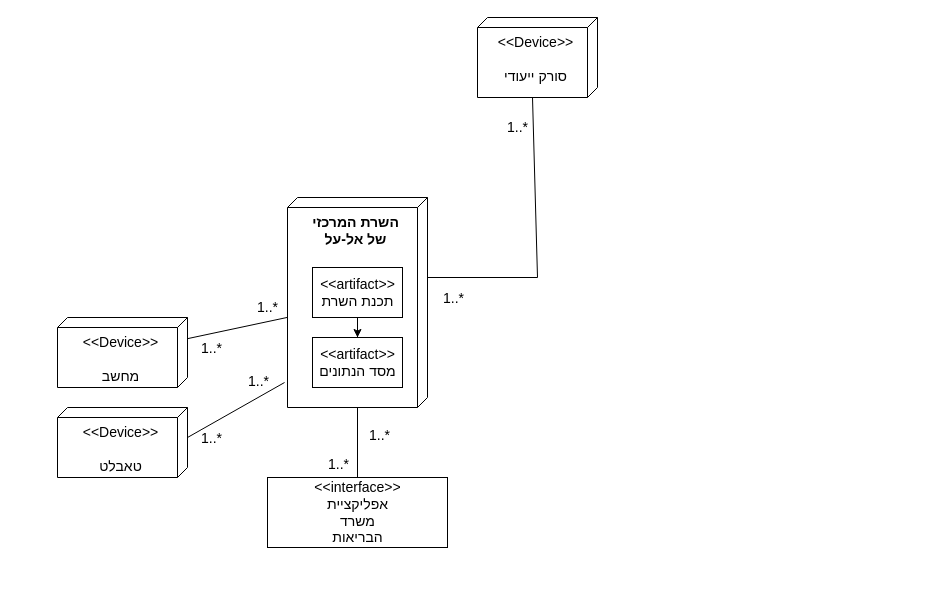
The draw.io diagram Untitled Diagram.drawio in Moaad-abe/Rafiki-App, before the edit. Source tidied: cells renumbered, new cells numbered last; positions are measured from the earlier drawing's top-left corner, leaving out a move shared by most shapes. Both pictures are drawn from the tidied source at 100%, with x=0, y=0 at pixel (57, 17).
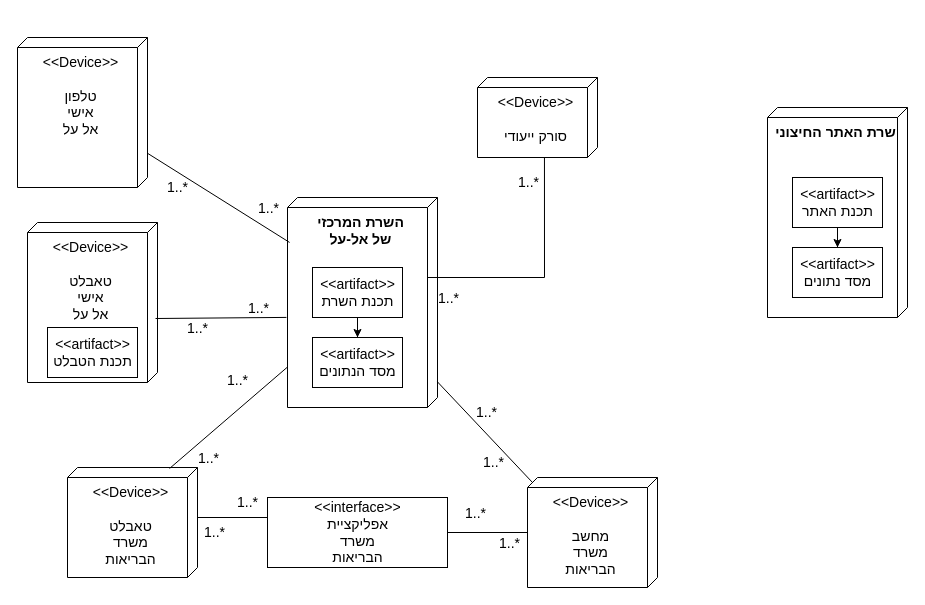
The same page after the edit.

What changed in the source:
```diff
@@
     <mxCell id="2" value="&lt;div align=&quot;center&quot;&gt;&lt;b&gt;&lt;font style=&quot;font-size: 14px&quot;&gt;השרת המרכזי&lt;/font&gt;&lt;/b&gt;&lt;/div&gt;&lt;div align=&quot;center&quot;&gt;&lt;b&gt;&lt;font style=&quot;font-size: 14px&quot;&gt; של אל-על&lt;/font&gt;&lt;/b&gt;&lt;/div&gt;" style="verticalAlign=top;align=center;shape=cube;size=10;direction=south;fontStyle=0;html=1;boundedLbl=1;spacingLeft=5;" parent="1" vertex="1">
-      <mxGeometry x="230" y="180" width="140" height="210" as="geometry" />
+      <mxGeometry x="230" y="180" width="150" height="210" as="geometry" />
     </mxCell>
     <mxCell id="3" value="&lt;div align=&quot;center&quot;&gt;&amp;lt;&amp;lt;Device&amp;gt;&amp;gt;&lt;/div&gt;&lt;div align=&quot;center&quot;&gt;&lt;br&gt;&lt;/div&gt;&lt;div align=&quot;center&quot;&gt;סורק ייעודי&lt;br&gt;&lt;/div&gt;" style="verticalAlign=top;align=center;shape=cube;size=10;direction=south;fontStyle=0;html=1;boundedLbl=1;spacingLeft=5;fontSize=14;" parent="1" vertex="1">
-      <mxGeometry x="420" width="120" height="80" as="geometry" />
+      <mxGeometry x="420" y="60" width="120" height="80" as="geometry" />
     </mxCell>
-    <mxCell id="4" style="endArrow=none;html=1;rounded=0;fontSize=14;entryX=0;entryY=0;entryDx=80;entryDy=65;entryPerimeter=0;" parent="1" edge="1" target="3">
+    <mxCell id="4" style="endArrow=none;html=1;rounded=0;fontSize=14;entryX=1;entryY=0.442;entryDx=0;entryDy=0;entryPerimeter=0;" parent="1" edge="1" target="3">
       <mxGeometry relative="1" as="geometry">
         <mxPoint x="370" y="260" as="sourcePoint" />
         <Array as="points">
-          <mxPoint x="480" y="260" />
+          <mxPoint x="487" y="260" />
         </Array>
       </mxGeometry>
     </mxCell>
@@
-    <mxCell id="10" value="&lt;div align=&quot;center&quot;&gt;&amp;lt;&amp;lt;Device&amp;gt;&amp;gt;&lt;/div&gt;&lt;div align=&quot;center&quot;&gt;&lt;br&gt;&lt;/div&gt;&lt;div align=&quot;center&quot;&gt;מחשב&lt;br&gt;&lt;/div&gt;" style="verticalAlign=top;align=center;shape=cube;size=10;direction=south;fontStyle=0;html=1;boundedLbl=1;spacingLeft=5;fontSize=14;" parent="1" vertex="1">
-      <mxGeometry y="300" width="130" height="70" as="geometry" />
+    <mxCell id="10" value="&lt;div align=&quot;center&quot;&gt;&amp;lt;&amp;lt;Device&amp;gt;&amp;gt;&lt;/div&gt;&lt;div align=&quot;center&quot;&gt;&lt;br&gt;&lt;/div&gt;&lt;div align=&quot;center&quot;&gt;מחשב &lt;br&gt;משרד &lt;br&gt;הבריאות &lt;br&gt;&lt;/div&gt;" style="verticalAlign=top;align=center;shape=cube;size=10;direction=south;fontStyle=0;html=1;boundedLbl=1;spacingLeft=5;fontSize=14;" parent="1" vertex="1">
+      <mxGeometry x="470" y="460" width="130" height="110" as="geometry" />
     </mxCell>
-    <mxCell id="11" value="&lt;div align=&quot;center&quot;&gt;&amp;lt;&amp;lt;Device&amp;gt;&amp;gt;&lt;/div&gt;&lt;div align=&quot;center&quot;&gt;&lt;br&gt;&lt;/div&gt;&lt;div align=&quot;center&quot;&gt;טאבלט&lt;br&gt;&lt;/div&gt;" style="verticalAlign=top;align=center;shape=cube;size=10;direction=south;fontStyle=0;html=1;boundedLbl=1;spacingLeft=5;fontSize=14;" parent="1" vertex="1">
-      <mxGeometry y="390" width="130" height="70" as="geometry" />
+    <mxCell id="11" value="&lt;div align=&quot;center&quot;&gt;&amp;lt;&amp;lt;Device&amp;gt;&amp;gt;&lt;/div&gt;&lt;div align=&quot;center&quot;&gt;&lt;br&gt;&lt;/div&gt;&lt;div align=&quot;center&quot;&gt;טאבלט&lt;br&gt;משרד &lt;br&gt;הבריאות&lt;br&gt;&lt;/div&gt;" style="verticalAlign=top;align=center;shape=cube;size=10;direction=south;fontStyle=0;html=1;boundedLbl=1;spacingLeft=5;fontSize=14;" parent="1" vertex="1">
+      <mxGeometry x="10" y="450" width="130" height="110" as="geometry" />
     </mxCell>
     <mxCell id="12" value="&amp;lt;&amp;lt;interface&amp;gt;&amp;gt;&lt;br&gt;אפליקציית &lt;br&gt;&lt;div&gt;משרד&lt;/div&gt;&lt;div&gt;הבריאות&lt;br&gt;&lt;/div&gt;" style="text;html=1;align=center;verticalAlign=middle;dashed=0;fillColor=#ffffff;strokeColor=#000000;fontSize=14;" parent="1" vertex="1">
-      <mxGeometry x="210" y="460" width="180" height="70" as="geometry" />
+      <mxGeometry x="210" y="480" width="180" height="70" as="geometry" />
     </mxCell>
-    <mxCell id="13" style="endArrow=none;html=1;rounded=0;fontSize=14;" parent="1" edge="1" source="12" target="2">
+    <mxCell id="13" style="endArrow=none;html=1;rounded=0;fontSize=14;exitX=0.009;exitY=0.215;exitDx=0;exitDy=0;exitPerimeter=0;" parent="1" edge="1" source="11" target="2">
       <mxGeometry relative="1" as="geometry" />
     </mxCell>
     <mxCell id="14" value="1..*" style="edgeLabel;html=1;align=center;verticalAlign=middle;fontSize=14;" parent="13" vertex="1">
       <mxGeometry x="0.63" y="-3" relative="1" as="geometry">
-        <mxPoint x="18" y="14" as="offset" />
+        <mxPoint x="-31" y="-8" as="offset" />
       </mxGeometry>
     </mxCell>
     <mxCell id="15" value="1..*" style="edgeLabel;html=1;align=center;verticalAlign=middle;fontSize=14;" parent="13" vertex="1">
       <mxGeometry x="-0.6" relative="1" as="geometry">
-        <mxPoint x="-20" as="offset" />
+        <mxPoint x="15" y="10" as="offset" />
       </mxGeometry>
     </mxCell>
-    <mxCell id="16" style="endArrow=none;html=1;rounded=0;fontSize=14;" parent="1" edge="1" source="10" target="2">
+    <mxCell id="16" style="endArrow=none;html=1;rounded=0;fontSize=14;" parent="1" edge="1" source="10" target="12">
       <mxGeometry relative="1" as="geometry" />
     </mxCell>
@@
-    <mxCell id="19" style="endArrow=none;html=1;rounded=0;fontSize=14;exitX=0;exitY=0;exitDx=30;exitDy=0;exitPerimeter=0;entryX=0.881;entryY=1.021;entryDx=0;entryDy=0;entryPerimeter=0;" parent="1" edge="1" source="11" target="2">
-      <mxGeometry relative="1" as="geometry" />
+    <mxCell id="19" style="endArrow=none;html=1;rounded=0;fontSize=14;exitX=0;exitY=0;exitDx=50;exitDy=0;exitPerimeter=0;" parent="1" edge="1" source="11">
+      <mxGeometry relative="1" as="geometry">
+        <mxPoint x="210" y="500" as="targetPoint" />
+      </mxGeometry>
     </mxCell>
@@
+    <mxCell id="22" style="endArrow=none;html=1;rounded=0;fontSize=14;exitX=0;exitY=0;exitDx=5;exitDy=125;exitPerimeter=0;" parent="1" edge="1" source="10" target="2">
+      <mxGeometry relative="1" as="geometry" />
+    </mxCell>
+    <mxCell id="23" value="1..*" style="edgeLabel;html=1;align=center;verticalAlign=middle;fontSize=14;" parent="22" vertex="1">
+      <mxGeometry x="0.63" y="-3" relative="1" as="geometry">
+        <mxPoint x="29" y="14" as="offset" />
+      </mxGeometry>
+    </mxCell>
+    <mxCell id="24" value="1..*" style="edgeLabel;html=1;align=center;verticalAlign=middle;fontSize=14;" parent="22" vertex="1">
+      <mxGeometry x="-0.6" relative="1" as="geometry">
+        <mxPoint x="-20" as="offset" />
+      </mxGeometry>
+    </mxCell>
+    <mxCell id="25" value="&lt;div align=&quot;center&quot;&gt;&amp;lt;&amp;lt;Device&amp;gt;&amp;gt;&lt;/div&gt;&lt;div align=&quot;center&quot;&gt;&lt;br&gt;&lt;/div&gt;&lt;div align=&quot;center&quot;&gt;טאבלט&lt;br&gt;אישי&lt;br&gt;אל על&lt;br&gt;&lt;/div&gt;" style="verticalAlign=top;align=center;shape=cube;size=10;direction=south;fontStyle=0;html=1;boundedLbl=1;spacingLeft=5;fontSize=14;" parent="1" vertex="1">
+      <mxGeometry x="-30" y="205" width="130" height="160" as="geometry" />
+    </mxCell>
+    <mxCell id="26" value="&lt;div&gt;&amp;lt;&amp;lt;artifact&amp;gt;&amp;gt;&lt;/div&gt;&lt;div&gt;תכנת הטבלט&lt;br&gt;&lt;/div&gt;" style="text;html=1;align=center;verticalAlign=middle;dashed=0;fillColor=#ffffff;strokeColor=#000000;fontSize=14;" parent="1" vertex="1">
+      <mxGeometry x="-10" y="310" width="90" height="50" as="geometry" />
+    </mxCell>
+    <mxCell id="27" style="endArrow=none;html=1;rounded=0;fontSize=14;exitX=0.6;exitY=0.015;exitDx=0;exitDy=0;exitPerimeter=0;entryX=0.571;entryY=1.007;entryDx=0;entryDy=0;entryPerimeter=0;" parent="1" edge="1" source="25" target="2">
+      <mxGeometry relative="1" as="geometry" />
+    </mxCell>
+    <mxCell id="28" value="1..*" style="edgeLabel;html=1;align=center;verticalAlign=middle;fontSize=14;" parent="27" vertex="1">
+      <mxGeometry x="0.63" y="-3" relative="1" as="geometry">
+        <mxPoint x="-5" y="-13" as="offset" />
+      </mxGeometry>
+    </mxCell>
+    <mxCell id="29" value="1..*" style="edgeLabel;html=1;align=center;verticalAlign=middle;fontSize=14;" parent="27" vertex="1">
+      <mxGeometry x="-0.6" relative="1" as="geometry">
+        <mxPoint x="15" y="10" as="offset" />
+      </mxGeometry>
+    </mxCell>
+    <mxCell id="30" value="&lt;div align=&quot;center&quot;&gt;&amp;lt;&amp;lt;Device&amp;gt;&amp;gt;&lt;/div&gt;&lt;div align=&quot;center&quot;&gt;&lt;br&gt;&lt;/div&gt;&lt;div align=&quot;center&quot;&gt;טלפון&lt;br&gt;אישי&lt;br&gt;אל על&lt;br&gt;&lt;/div&gt;" style="verticalAlign=top;align=center;shape=cube;size=10;direction=south;fontStyle=0;html=1;boundedLbl=1;spacingLeft=5;fontSize=14;" parent="1" vertex="1">
+      <mxGeometry x="-40" y="20" width="130" height="150" as="geometry" />
+    </mxCell>
+    <mxCell id="31" style="endArrow=none;html=1;rounded=0;fontSize=14;entryX=0.214;entryY=0.986;entryDx=0;entryDy=0;entryPerimeter=0;" parent="1" edge="1" source="30" target="2">
+      <mxGeometry relative="1" as="geometry" />
+    </mxCell>
+    <mxCell id="32" value="1..*" style="edgeLabel;html=1;align=center;verticalAlign=middle;fontSize=14;" parent="31" vertex="1">
+      <mxGeometry x="0.63" y="-3" relative="1" as="geometry">
+        <mxPoint x="6" y="-21" as="offset" />
+      </mxGeometry>
+    </mxCell>
+    <mxCell id="33" value="1..*" style="edgeLabel;html=1;align=center;verticalAlign=middle;fontSize=14;" parent="31" vertex="1">
+      <mxGeometry x="-0.6" relative="1" as="geometry">
+        <mxPoint x="1" y="16" as="offset" />
+      </mxGeometry>
+    </mxCell>
+    <mxCell id="34" value="&lt;div align=&quot;center&quot;&gt;&lt;b&gt;&lt;font style=&quot;font-size: 14px&quot;&gt;שרת האתר החיצוני&lt;br&gt;&lt;/font&gt;&lt;/b&gt;&lt;/div&gt;" style="verticalAlign=top;align=center;shape=cube;size=10;direction=south;fontStyle=0;html=1;boundedLbl=1;spacingLeft=5;" parent="1" vertex="1">
+      <mxGeometry x="710" y="90" width="140" height="210" as="geometry" />
+    </mxCell>
+    <mxCell id="35" style="edgeStyle=orthogonalEdgeStyle;rounded=0;jettySize=auto;html=1;fontSize=14;" parent="1" edge="1" source="36" target="37">
+      <mxGeometry relative="1" as="geometry" />
+    </mxCell>
+    <mxCell id="36" value="&amp;lt;&amp;lt;artifact&amp;gt;&amp;gt;&lt;br&gt;תכנת האתר" style="text;html=1;align=center;verticalAlign=middle;dashed=0;fillColor=#ffffff;strokeColor=#000000;fontSize=14;" parent="1" vertex="1">
+      <mxGeometry x="735" y="160" width="90" height="50" as="geometry" />
+    </mxCell>
+    <mxCell id="37" value="&lt;div&gt;&amp;lt;&amp;lt;artifact&amp;gt;&amp;gt;&lt;/div&gt;&lt;div&gt;מסד נתונים&lt;br&gt;&lt;/div&gt;" style="text;html=1;align=center;verticalAlign=middle;dashed=0;fillColor=#ffffff;strokeColor=#000000;fontSize=14;" parent="1" vertex="1">
+      <mxGeometry x="735" y="230" width="90" height="50" as="geometry" />
+    </mxCell>
```
